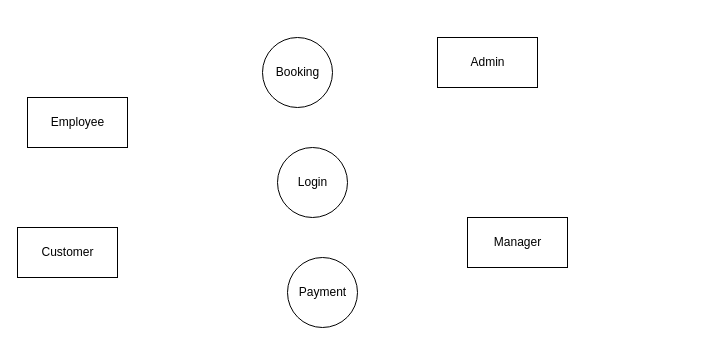
ssaymanasrin10/sp2 keeps this draw.io diagram as Untitled Diagram.drawio. Above is the earlier version. Source tidied: cells renumbered, new cells numbered last; positions are measured from the earlier drawing's top-left corner, leaving out a move shared by most shapes. Both pictures are drawn from the tidied source at 100%, with x=0, y=0 at pixel (17, 37).
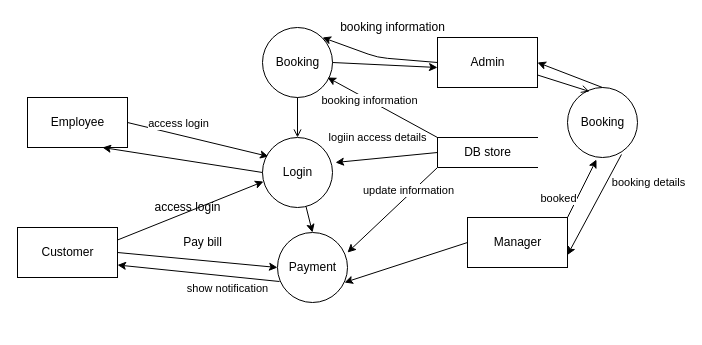
The same diagram, later.

The change refers to these unchanged cells:
```xml
<mxCell id="3" value="Employee" style="html=1;dashed=0;whitespace=wrap;" parent="1" vertex="1">
  <mxGeometry x="10" y="60" width="100" height="50" as="geometry" />
</mxCell>
<mxCell id="4" value="Admin" style="html=1;dashed=0;whitespace=wrap;" parent="1" vertex="1">
  <mxGeometry x="420" width="100" height="50" as="geometry" />
</mxCell>
<mxCell id="5" value="Customer" style="html=1;dashed=0;whitespace=wrap;" parent="1" vertex="1">
  <mxGeometry y="190" width="100" height="50" as="geometry" />
</mxCell>
<mxCell id="6" value="Manager" style="html=1;dashed=0;whitespace=wrap;" parent="1" vertex="1">
  <mxGeometry x="450" y="180" width="100" height="50" as="geometry" />
</mxCell>
```

Change to the diagram source:
```diff
@@
     <mxCell id="2" value="Booking" style="shape=ellipse;html=1;dashed=0;whitespace=wrap;perimeter=ellipsePerimeter;" parent="1" vertex="1">
-      <mxGeometry x="245" width="70" height="70" as="geometry" />
+      <mxGeometry x="245" y="-10" width="70" height="70" as="geometry" />
     </mxCell>
+    <mxCell id="9" style="edgeStyle=none;rounded=0;jettySize=auto;html=1;entryX=0.086;entryY=0.271;entryDx=0;entryDy=0;entryPerimeter=0;exitX=1;exitY=0.5;exitDx=0;exitDy=0;" parent="1" edge="1" source="3" target="7">
+      <mxGeometry relative="1" as="geometry" />
+    </mxCell>
+    <mxCell id="10" value="access login" style="edgeLabel;html=1;align=center;verticalAlign=middle;" parent="9" vertex="1">
+      <mxGeometry x="-0.4" y="3" relative="1" as="geometry">
+        <mxPoint x="7" y="-7" as="offset" />
+      </mxGeometry>
+    </mxCell>
@@
+    <mxCell id="11" style="edgeStyle=none;rounded=0;jettySize=auto;html=1;entryX=0.5;entryY=1;entryDx=0;entryDy=0;exitX=0.5;exitY=0;exitDx=0;exitDy=0;startArrow=open;startFill=0;endArrow=none;endFill=0;" parent="1" edge="1" source="7" target="2">
+      <mxGeometry relative="1" as="geometry" />
+    </mxCell>
+    <mxCell id="12" style="edgeStyle=none;rounded=0;jettySize=auto;html=1;entryX=0.5;entryY=0;entryDx=0;entryDy=0;" parent="1" edge="1" source="7" target="8">
+      <mxGeometry relative="1" as="geometry" />
+    </mxCell>
     <mxCell id="7" value="Login" style="shape=ellipse;html=1;dashed=0;whitespace=wrap;perimeter=ellipsePerimeter;" parent="1" vertex="1">
-      <mxGeometry x="260" y="110" width="70" height="70" as="geometry" />
+      <mxGeometry x="245" y="100" width="70" height="70" as="geometry" />
     </mxCell>
     <mxCell id="8" value="Payment" style="shape=ellipse;html=1;dashed=0;whitespace=wrap;perimeter=ellipsePerimeter;" parent="1" vertex="1">
-      <mxGeometry x="270" y="220" width="70" height="70" as="geometry" />
+      <mxGeometry x="260" y="195" width="70" height="70" as="geometry" />
     </mxCell>
+    <mxCell id="13" value="DB store" style="html=1;dashed=0;whitespace=wrap;shape=partialRectangle;right=0;" parent="1" vertex="1">
+      <mxGeometry x="420" y="100" width="100" height="30" as="geometry" />
+    </mxCell>
+    <mxCell id="14" style="endArrow=classic;html=1;exitX=0;exitY=0.5;exitDx=0;exitDy=0;entryX=1.043;entryY=0.357;entryDx=0;entryDy=0;entryPerimeter=0;exitPerimeter=0;" parent="1" edge="1" source="13" target="7">
+      <mxGeometry relative="1" as="geometry" />
+    </mxCell>
+    <mxCell id="15" value="logiin access details" style="edgeLabel;html=1;align=center;verticalAlign=middle;" parent="14" vertex="1">
+      <mxGeometry x="-0.44" y="3" relative="1" as="geometry">
+        <mxPoint x="-32" y="-21" as="offset" />
+      </mxGeometry>
+    </mxCell>
+    <mxCell id="16" style="endArrow=classic;html=1;exitX=0;exitY=0;exitDx=0;exitDy=0;entryX=0.929;entryY=0.714;entryDx=0;entryDy=0;entryPerimeter=0;" parent="1" edge="1" source="13" target="2">
+      <mxGeometry relative="1" as="geometry" />
+    </mxCell>
+    <mxCell id="17" value="booking information" style="edgeLabel;html=1;align=center;verticalAlign=middle;" parent="16" vertex="1">
+      <mxGeometry x="0.25" y="1" relative="1" as="geometry">
+        <mxPoint y="-1" as="offset" />
+      </mxGeometry>
+    </mxCell>
+    <mxCell id="18" style="endArrow=classic;html=1;exitX=0;exitY=1;exitDx=0;exitDy=0;exitPerimeter=0;entryX=1;entryY=0.286;entryDx=0;entryDy=0;entryPerimeter=0;" parent="1" edge="1" source="13" target="8">
+      <mxGeometry relative="1" as="geometry" />
+    </mxCell>
+    <mxCell id="19" value="update information" style="edgeLabel;html=1;align=center;verticalAlign=middle;" parent="18" vertex="1">
+      <mxGeometry x="-0.4" y="-4" relative="1" as="geometry" />
+    </mxCell>
+    <mxCell id="20" style="endArrow=classic;html=1;exitX=0;exitY=0.5;exitDx=0;exitDy=0;entryX=1.043;entryY=0.357;entryDx=0;entryDy=0;entryPerimeter=0;" parent="1" edge="1" source="4">
+      <mxGeometry relative="1" as="geometry">
+        <mxPoint x="305" as="targetPoint" />
+        <Array as="points">
+          <mxPoint x="360" y="20" />
+        </Array>
+      </mxGeometry>
+    </mxCell>
+    <mxCell id="21" style="endArrow=classic;html=1;entryX=0;entryY=0.5;entryDx=0;entryDy=0;exitX=1;exitY=0.5;exitDx=0;exitDy=0;" parent="1" edge="1" source="5" target="8">
+      <mxGeometry relative="1" as="geometry" />
+    </mxCell>
+    <mxCell id="22" value="Pay bill" style="text;html=1;align=center;verticalAlign=middle;strokeColor=none;" parent="1" vertex="1">
+      <mxGeometry x="160" y="195" width="50" height="20" as="geometry" />
+    </mxCell>
+    <mxCell id="23" style="endArrow=classic;html=1;exitX=1;exitY=0.25;exitDx=0;exitDy=0;entryX=0.014;entryY=0.629;entryDx=0;entryDy=0;entryPerimeter=0;" parent="1" edge="1" source="5" target="7">
+      <mxGeometry relative="1" as="geometry" />
+    </mxCell>
+    <mxCell id="24" value="access login" style="text;html=1;align=center;verticalAlign=middle;strokeColor=none;" parent="1" vertex="1">
+      <mxGeometry x="130" y="160" width="80" height="20" as="geometry" />
+    </mxCell>
+    <mxCell id="25" value="booking information" style="text;html=1;align=center;verticalAlign=middle;strokeColor=none;" parent="1" vertex="1">
+      <mxGeometry x="315" y="-20" width="120" height="20" as="geometry" />
+    </mxCell>
+    <mxCell id="26" value="Booking" style="shape=ellipse;html=1;dashed=0;whitespace=wrap;perimeter=ellipsePerimeter;" parent="1" vertex="1">
+      <mxGeometry x="550" y="50" width="70" height="70" as="geometry" />
+    </mxCell>
+    <mxCell id="27" style="endArrow=classic;html=1;entryX=0.414;entryY=1.029;entryDx=0;entryDy=0;exitX=1;exitY=0;exitDx=0;exitDy=0;entryPerimeter=0;" parent="1" edge="1" source="6" target="26">
+      <mxGeometry relative="1" as="geometry" />
+    </mxCell>
+    <mxCell id="28" value="booked" style="edgeLabel;html=1;align=center;verticalAlign=middle;" parent="27" vertex="1">
+      <mxGeometry x="-0.35" relative="1" as="geometry">
+        <mxPoint x="-19" y="-1" as="offset" />
+      </mxGeometry>
+    </mxCell>
+    <mxCell id="29" style="endArrow=classic;html=1;entryX=1;entryY=0.75;entryDx=0;entryDy=0;exitX=0.771;exitY=0.957;exitDx=0;exitDy=0;exitPerimeter=0;" parent="1" edge="1" source="26" target="6">
+      <mxGeometry relative="1" as="geometry" />
+    </mxCell>
+    <mxCell id="30" value="booking details" style="edgeLabel;html=1;align=center;verticalAlign=middle;" parent="29" vertex="1">
+      <mxGeometry x="-0.47" y="3" relative="1" as="geometry">
+        <mxPoint x="38" as="offset" />
+      </mxGeometry>
+    </mxCell>
+    <mxCell id="31" style="endArrow=classic;html=1;entryX=0;entryY=0.6;entryDx=0;entryDy=0;exitX=1;exitY=0.5;exitDx=0;exitDy=0;entryPerimeter=0;" parent="1" edge="1" source="2" target="4">
+      <mxGeometry relative="1" as="geometry" />
+    </mxCell>
+    <mxCell id="32" style="endArrow=classic;html=1;entryX=0.75;entryY=1;entryDx=0;entryDy=0;exitX=0;exitY=0.5;exitDx=0;exitDy=0;" parent="1" edge="1" source="7" target="3">
+      <mxGeometry relative="1" as="geometry" />
+    </mxCell>
+    <mxCell id="33" style="endArrow=classic;html=1;entryX=1;entryY=0.75;entryDx=0;entryDy=0;exitX=0.029;exitY=0.7;exitDx=0;exitDy=0;exitPerimeter=0;" parent="1" edge="1" source="8" target="5">
+      <mxGeometry relative="1" as="geometry" />
+    </mxCell>
+    <mxCell id="34" value="show notification" style="edgeLabel;html=1;align=center;verticalAlign=middle;" parent="33" vertex="1">
+      <mxGeometry x="-0.43" y="3" relative="1" as="geometry">
+        <mxPoint x="-6" y="8" as="offset" />
+      </mxGeometry>
+    </mxCell>
+    <mxCell id="35" style="endArrow=classic;html=1;entryX=0.957;entryY=0.714;entryDx=0;entryDy=0;exitX=0;exitY=0.5;exitDx=0;exitDy=0;entryPerimeter=0;" parent="1" edge="1" source="6" target="8">
+      <mxGeometry relative="1" as="geometry" />
+    </mxCell>
+    <mxCell id="36" style="endArrow=classic;html=1;exitX=0.5;exitY=0;exitDx=0;exitDy=0;entryX=1;entryY=0.5;entryDx=0;entryDy=0;" parent="1" edge="1" source="26" target="4">
+      <mxGeometry relative="1" as="geometry" />
+    </mxCell>
+    <mxCell id="37" style="endArrow=none;html=1;exitX=0.314;exitY=0.057;exitDx=0;exitDy=0;entryX=1;entryY=0.75;entryDx=0;entryDy=0;exitPerimeter=0;startArrow=open;startFill=0;endFill=0;" parent="1" edge="1" source="26" target="4">
+      <mxGeometry relative="1" as="geometry" />
+    </mxCell>
```
